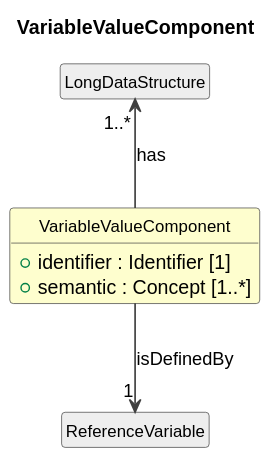
Earlier version of the PlantUML export cdif-uml-model/_plantuml/cdifDataStructure/Classes/VariableValueComponent.svg (Cross-Domain-Interoperability-Framework/metadataBuildingBlocks). Source of this version:
```plantuml
@startuml
title VariableValueComponent
hide circle
hide empty members
skinparam shadowing false
skinparam ArrowThickness 1.2
skinparam class {
  ArrowColor #404040
  BorderColor #404040
  FontSize 12
}

class "VariableValueComponent" as VariableValueComponent #FEFECE {
  +identifier : Identifier [1]
  +semantic : Concept [1..*]
}
class "LongDataStructure" as LongDataStructure #EEEEEE
LongDataStructure "1..*" <-- VariableValueComponent : has
class "ReferenceVariable" as ReferenceVariable #EEEEEE
VariableValueComponent --> "1" ReferenceVariable : isDefinedBy
@enduml
```
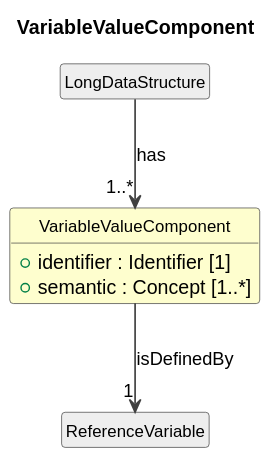
The same diagram one commit later.

Change to the diagram source:
```diff
@@ -15,7 +15,7 @@
   +semantic : Concept [1..*]
 }
 class "LongDataStructure" as LongDataStructure #EEEEEE
-LongDataStructure "1..*" <-- VariableValueComponent : has
+LongDataStructure --> "1..*" VariableValueComponent : has
 class "ReferenceVariable" as ReferenceVariable #EEEEEE
 VariableValueComponent --> "1" ReferenceVariable : isDefinedBy
 @enduml
```
